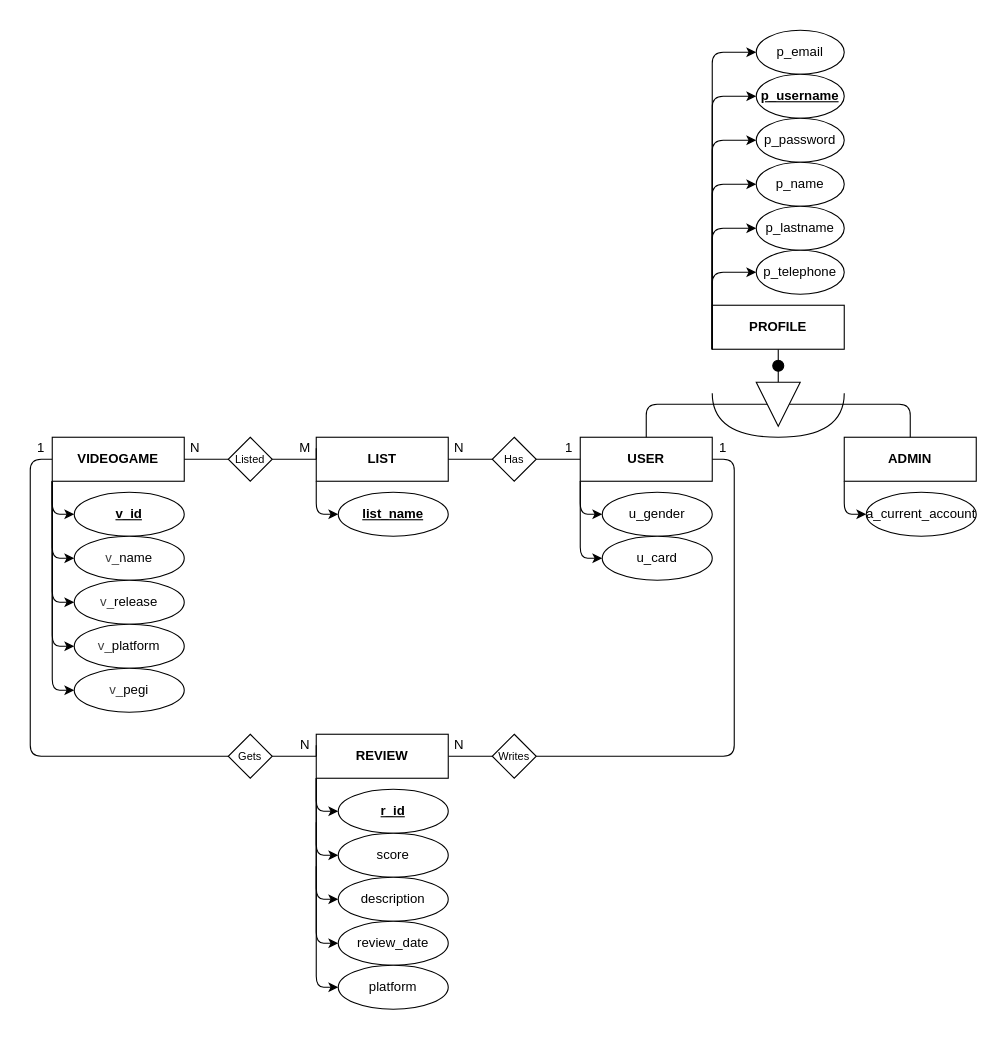
MedievAlex/DIN_ADTi_Reto_CRUD_Avanzado_-Alex_Ekaitz_Mikel- keeps this draw.io diagram as page "Modified" (1 of 2) of Diagrams/DIO/RETO 2 CRUD Avanzado - Data Model Diagram.dio. Above is the earlier version. Source tidied: cells renumbered, new cells numbered last; positions are measured from the earlier drawing's top-left corner, leaving out a move shared by most shapes. Both pictures are drawn from the tidied source at 110%, with x=0, y=0 at pixel (19, 19).
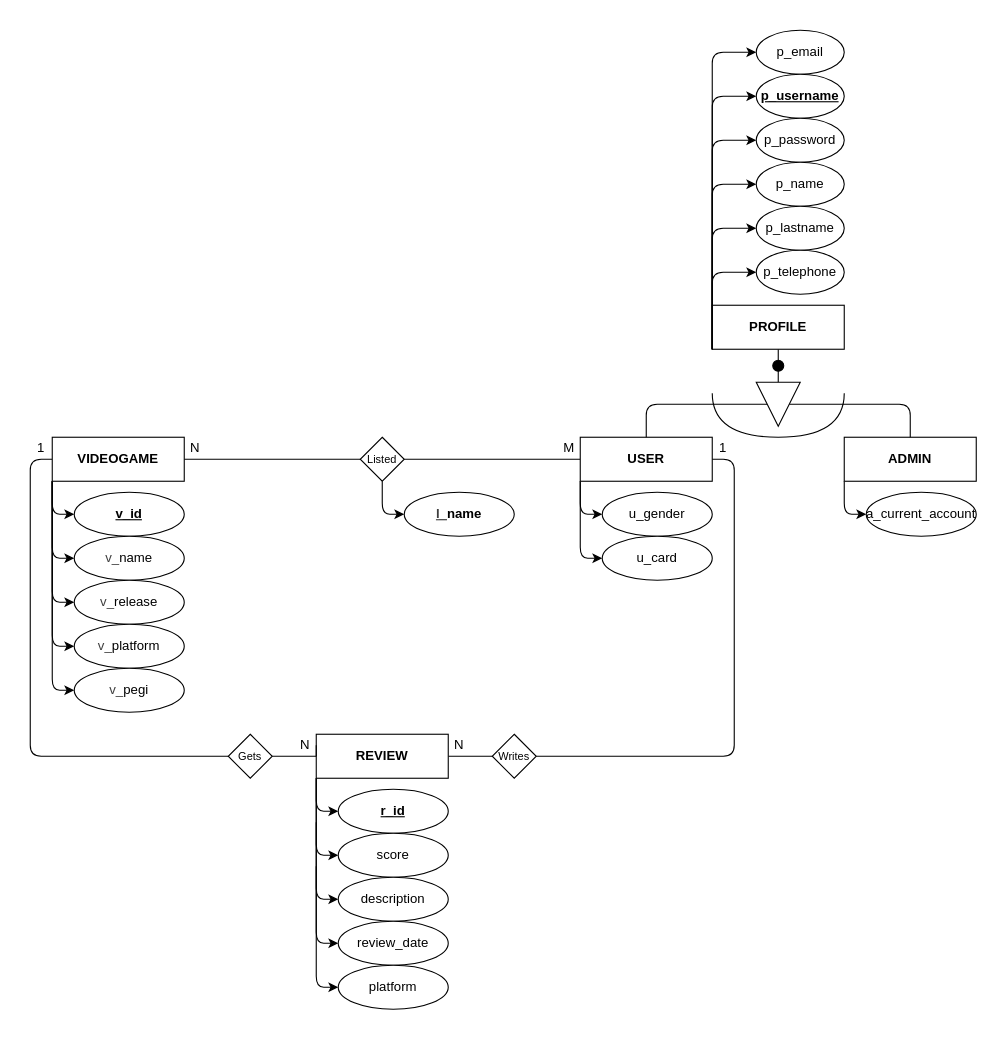
After the change.

Commit message (it also covers changes not shown here):
Updated the Data Model Diagram

The change refers to these unchanged cells:
```xml
<mxCell id="26" value="USER" style="rounded=0;whiteSpace=wrap;html=1;fontStyle=1;" parent="1" vertex="1">
  <mxGeometry x="510" y="380" width="120" height="40" as="geometry" />
</mxCell>
```

Diff of the diagram source:
```diff
@@
-    <mxCell id="10" value="LIST" style="rounded=0;whiteSpace=wrap;html=1;fontStyle=1;" parent="1" vertex="1">
-      <mxGeometry x="270" y="380" width="120" height="40" as="geometry" />
-    </mxCell>
     <mxCell id="11" style="rhombus;whiteSpace=wrap;html=1;" parent="1" vertex="1">
-      <mxGeometry x="190" y="380" width="40" height="40" as="geometry" />
+      <mxGeometry x="310" y="380" width="40" height="40" as="geometry" />
     </mxCell>
@@
-    <mxCell id="13" style="endArrow=none;html=1;exitX=0;exitY=0.5;exitDx=0;exitDy=0;entryX=1;entryY=0.5;entryDx=0;entryDy=0;" parent="1" edge="1" source="10" target="11">
+    <mxCell id="13" style="endArrow=none;html=1;exitX=0;exitY=0.5;exitDx=0;exitDy=0;entryX=1;entryY=0.5;entryDx=0;entryDy=0;" parent="1" edge="1" source="26" target="11">
       <mxGeometry relative="1" as="geometry" />
     </mxCell>
@@
-    <mxCell id="15" style="endArrow=none;html=1;exitX=0;exitY=0.5;exitDx=0;exitDy=0;entryX=1;entryY=0.5;entryDx=0;entryDy=0;" parent="1" edge="1" source="10" target="16">
-      <mxGeometry relative="1" as="geometry" />
-    </mxCell>
-    <mxCell id="16" value="M" style="text;html=1;align=center;verticalAlign=middle;whiteSpace=wrap;rounded=0;" parent="1" vertex="1">
-      <mxGeometry x="250" y="380" width="20" height="20" as="geometry" />
-    </mxCell>
@@
-    <mxCell id="22" style="edgeStyle=none;html=1;exitX=0;exitY=1;exitDx=0;exitDy=0;entryX=0;entryY=0.5;entryDx=0;entryDy=0;" parent="1" edge="1" target="23">
-      <mxGeometry relative="1" as="geometry">
-        <mxPoint x="270" y="420" as="sourcePoint" />
-        <Array as="points">
-          <mxPoint x="270" y="450" />
-        </Array>
-      </mxGeometry>
-    </mxCell>
-    <mxCell id="23" value="&lt;u&gt;&lt;b&gt;list_name&lt;/b&gt;&lt;/u&gt;" style="ellipse;whiteSpace=wrap;html=1;" parent="1" vertex="1">
-      <mxGeometry x="290" y="430" width="100" height="40" as="geometry" />
-    </mxCell>
@@
-    <mxCell id="51" style="rhombus;whiteSpace=wrap;html=1;" parent="1" vertex="1">
-      <mxGeometry x="430" y="380" width="40" height="40" as="geometry" />
-    </mxCell>
-    <mxCell id="52" style="endArrow=none;html=1;entryX=0;entryY=0.5;entryDx=0;entryDy=0;exitX=1;exitY=0.5;exitDx=0;exitDy=0;" parent="1" edge="1" target="51">
-      <mxGeometry relative="1" as="geometry">
-        <mxPoint x="390" y="400" as="sourcePoint" />
-      </mxGeometry>
-    </mxCell>
-    <mxCell id="53" style="endArrow=none;html=1;exitX=0;exitY=0.5;exitDx=0;exitDy=0;entryX=1;entryY=0.5;entryDx=0;entryDy=0;" parent="1" edge="1" target="51">
-      <mxGeometry relative="1" as="geometry">
-        <mxPoint x="510" y="400" as="sourcePoint" />
-      </mxGeometry>
-    </mxCell>
-    <mxCell id="54" value="N" style="text;html=1;align=center;verticalAlign=middle;whiteSpace=wrap;rounded=0;" parent="1" vertex="1">
-      <mxGeometry x="390" y="380" width="20" height="20" as="geometry" />
-    </mxCell>
-    <mxCell id="55" value="1" style="text;html=1;align=center;verticalAlign=middle;whiteSpace=wrap;rounded=0;" parent="1" vertex="1">
-      <mxGeometry x="490" y="380" width="20" height="20" as="geometry" />
-    </mxCell>
-    <mxCell id="56" value="Has" style="text;html=1;align=center;verticalAlign=middle;whiteSpace=wrap;rounded=0;fontSize=10;" parent="1" vertex="1">
-      <mxGeometry x="430" y="385" width="40" height="30" as="geometry" />
-    </mxCell>
     <mxCell id="57" value="Listed" style="text;html=1;align=center;verticalAlign=middle;whiteSpace=wrap;rounded=0;fontSize=10;" parent="1" vertex="1">
-      <mxGeometry x="190" y="385" width="40" height="30" as="geometry" />
+      <mxGeometry x="310" y="385" width="40" height="30" as="geometry" />
     </mxCell>
@@
+    <mxCell id="16" value="M" style="text;html=1;align=center;verticalAlign=middle;whiteSpace=wrap;rounded=0;" parent="1" vertex="1">
+      <mxGeometry x="490" y="380" width="20" height="20" as="geometry" />
+    </mxCell>
+    <mxCell id="81" style="edgeStyle=none;html=1;exitX=0.5;exitY=1;exitDx=0;exitDy=0;entryX=0;entryY=0.5;entryDx=0;entryDy=0;" parent="1" edge="1" source="11" target="82">
+      <mxGeometry relative="1" as="geometry">
+        <Array as="points">
+          <mxPoint x="330" y="450" />
+        </Array>
+      </mxGeometry>
+    </mxCell>
+    <mxCell id="82" value="&lt;b&gt;&lt;u style=&quot;color: rgb(63, 63, 63); scrollbar-color: rgb(226, 226, 226) rgb(251, 251, 251);&quot;&gt;l_&lt;/u&gt;name&lt;/b&gt;" style="ellipse;whiteSpace=wrap;html=1;" parent="1" vertex="1">
+      <mxGeometry x="350" y="430" width="100" height="40" as="geometry" />
+    </mxCell>
```
